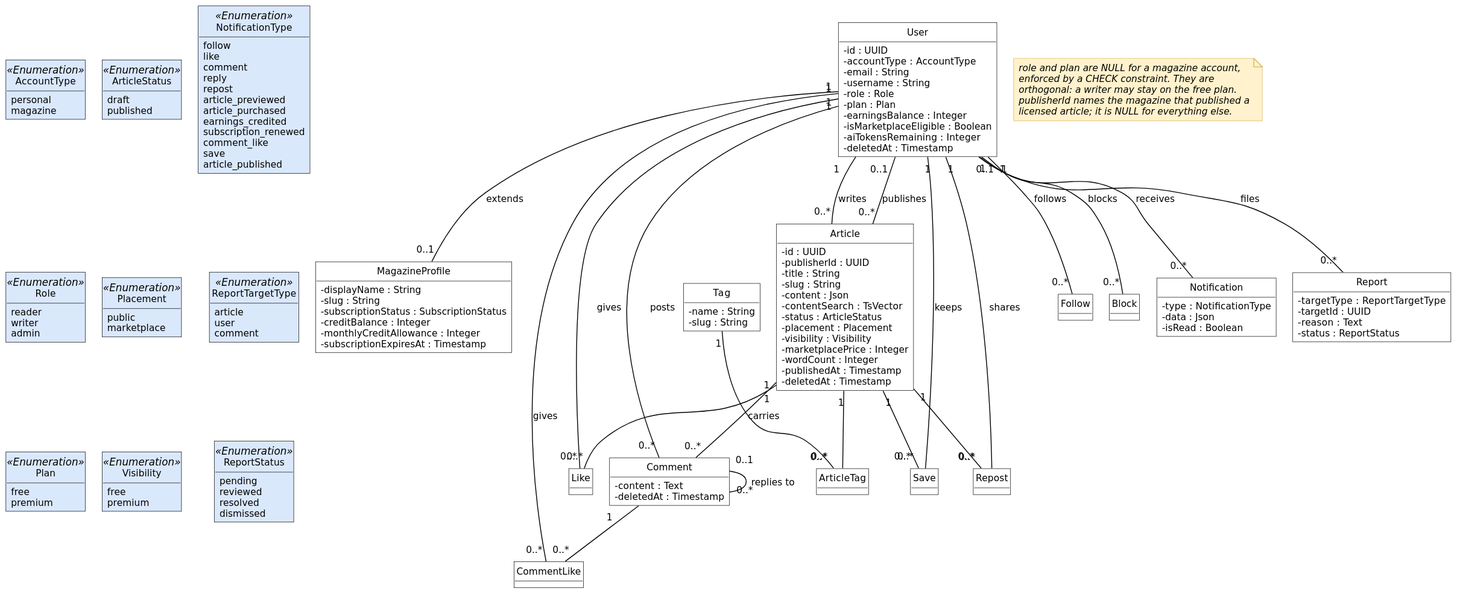
This is diagrams/fig-2-2-classes-core-domain/fig-2-2-classes-core-domain.svg from inkwell-dev/spec.inkwell.ai, a PlantUML export, as it was before one commit.
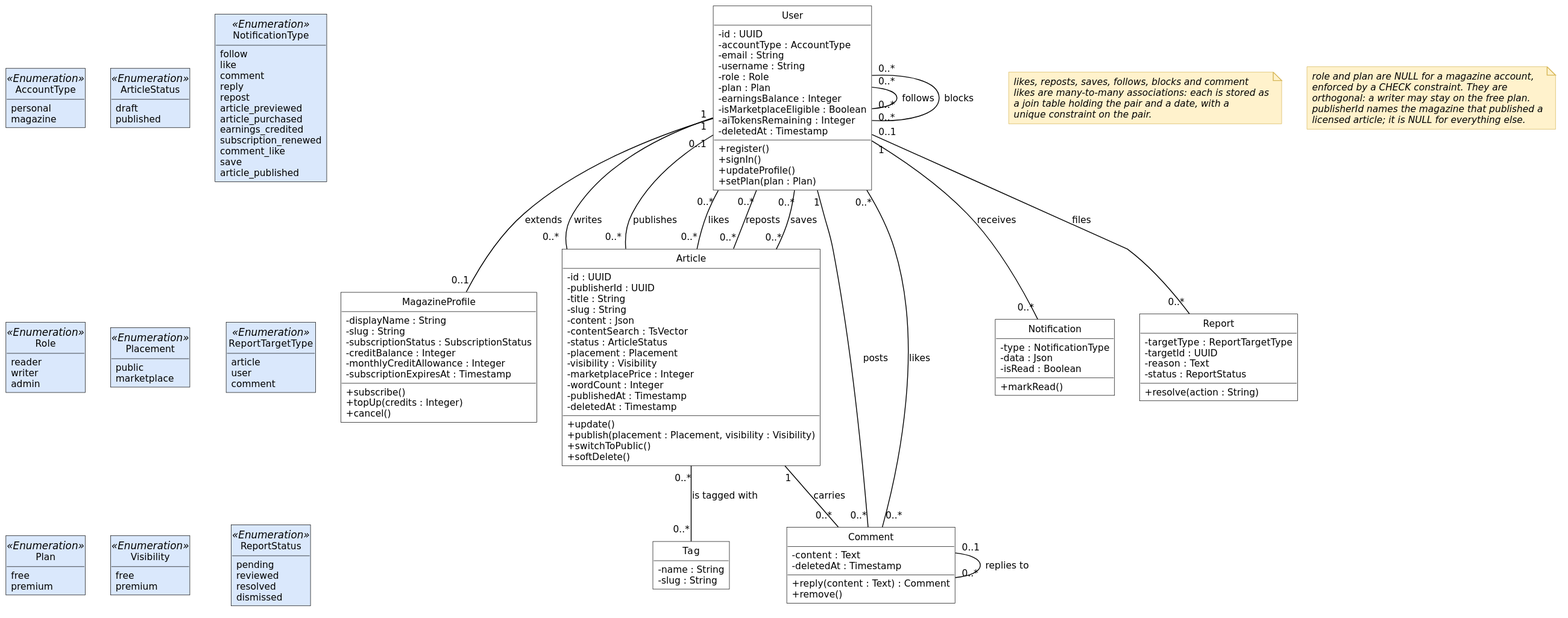
Later version of the same file.

What changed in the source:
```diff
@@ -1,9 +1,9 @@
 @startuml
 !include ../_style.puml
-skinparam nodesep 20
-skinparam ranksep 45
+skinparam nodesep 30
+skinparam ranksep 55
 hide circle
-hide methods
+hide empty methods
 
 class User {
   - id : UUID
@@ -16,6 +16,10 @@
   - isMarketplaceEligible : Boolean
   - aiTokensRemaining : Integer
   - deletedAt : Timestamp
+  + register()
+  + signIn()
+  + updateProfile()
+  + setPlan(plan : Plan)
 }
 class MagazineProfile {
   - displayName : String
@@ -24,6 +28,9 @@
   - creditBalance : Integer
   - monthlyCreditAllowance : Integer
   - subscriptionExpiresAt : Timestamp
+  + subscribe()
+  + topUp(credits : Integer)
+  + cancel()
 }
 class Article {
   - id : UUID
@@ -39,32 +46,33 @@
   - wordCount : Integer
   - publishedAt : Timestamp
   - deletedAt : Timestamp
+  + update()
+  + publish(placement : Placement, visibility : Visibility)
+  + switchToPublic()
+  + softDelete()
 }
 class Tag {
   - name : String
   - slug : String
 }
-class ArticleTag
 class Comment {
   - content : Text
   - deletedAt : Timestamp
+  + reply(content : Text) : Comment
+  + remove()
 }
-class Like
-class CommentLike
-class Repost
-class Save
-class Follow
-class Block
 class Notification {
   - type : NotificationType
   - data : Json
   - isRead : Boolean
+  + markRead()
 }
 class Report {
   - targetType : ReportTargetType
   - targetId : UUID
   - reason : Text
   - status : ReportStatus
+  + resolve(action : String)
 }
 
 class AccountType <<Enumeration>> {
@@ -120,26 +128,29 @@
 
 User "1" -- "0..1" MagazineProfile : extends
 User "1" -- "0..*" Article : writes
+User "0..1" -- "0..*" Article : publishes
 User "1" -- "0..*" Comment : posts
-User "0..1" -- "0..*" Article : publishes
-User "1" -- "0..*" Like : gives
-User "1" -- "0..*" CommentLike : gives
-User "1" -- "0..*" Repost : shares
-User "1" -- "0..*" Save : keeps
-User "1" -- "0..*" Follow : follows
-User "1" -- "0..*" Block : blocks
 User "1" -- "0..*" Notification : receives
 User "0..1" -- "0..*" Report : files
 Article "1" -- "0..*" Comment : carries
-Article "1" -- "0..*" Like
-Article "1" -- "0..*" Repost
-Article "1" -- "0..*" Save
-Comment "1" -- "0..*" CommentLike
-Article "1" -- "0..*" ArticleTag
-Tag "1" -- "0..*" ArticleTag
 Comment "0..1" -- "0..*" Comment : replies to
 
+User "0..*" -- "0..*" Article : likes
+User "0..*" -- "0..*" Article : reposts
+User "0..*" -- "0..*" Article : saves
+User "0..*" -- "0..*" Comment : likes
+User "0..*" -- "0..*" User : follows
+User "0..*" -- "0..*" User : blocks
+Article "0..*" -- "0..*" Tag : is tagged with
+
 note as N1
+  likes, reposts, saves, follows, blocks and comment
+  likes are many-to-many associations: each is stored as
+  a join table holding the pair and a date, with a
+  unique constraint on the pair.
+end note
+
+note as N2
   role and plan are NULL for a magazine account,
   enforced by a CHECK constraint. They are
   orthogonal: a writer may stay on the free plan.
```
